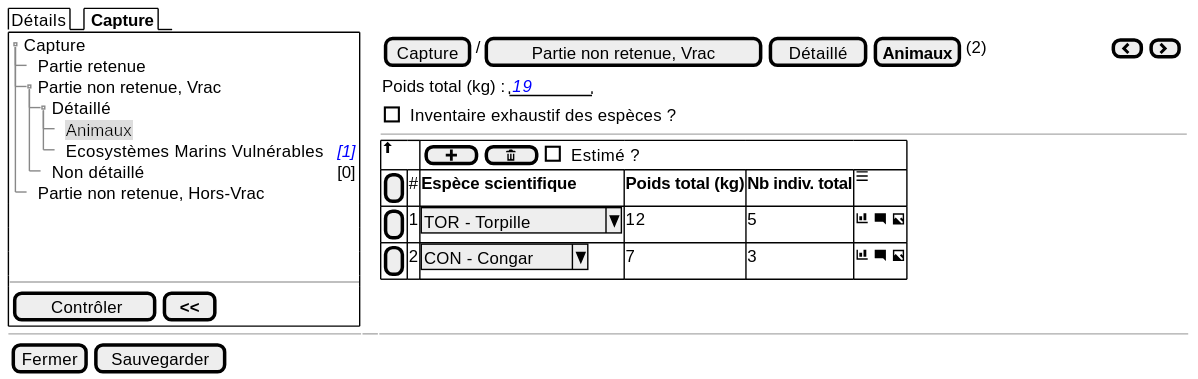
sumaris-net/sumaris-doc keeps this PlantUML diagram as projects/obsmer/spe/images/batch/batch-tree-PNR-VRAC-ANI.svg. Above is the earlier version. Its source is kept beside it as projects/obsmer/spe/images/batch/batch-tree-PNR-VRAC-ANI.puml.
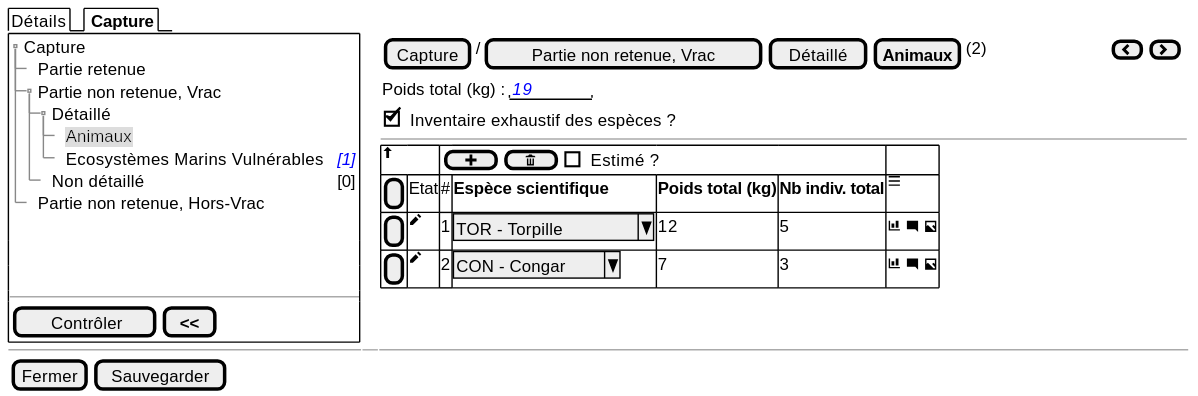
The same file after the commit.

Diff of the diagram source:
```diff
@@ -22,13 +22,13 @@
   } | . | {
     { [Capture] | / | [Partie non retenue, Vrac] | [Détaillé] | [<b>Animaux] | (2) | . | . | . | . | . | . | . | . | . | . | . | . | . | . | . | . | . | { [<&chevron-left>] | [<&chevron-right>] } }
       {Poids total (kg) : | "  <i><color:blue>19   " }
-      { [ ] Inventaire exhaustif des espèces ? }
+      { [X] Inventaire exhaustif des espèces ? }
     ---
     {#
           <&arrow-thick-top> | *  | {[ <&plus> ] | [ <&trash> ] | [ ] Estimé ? } | * | * | *
-          [ ] | # | <b>Espèce scientifique  | <b>Poids total (kg)     |  <b>Nb indiv. total | <&menu>
-          [ ] | 1 | ^TOR - Torpille  ^ |  12   |  5   | <&bar-chart> <&comment-square> <&image>
-          [ ] | 2 | ^CON - Congar ^ |  7   |  3   |   | <&bar-chart> <&comment-square> <&image>
+          [ ] | Etat | # | <b>Espèce scientifique  | <b>Poids total (kg)     |  <b>Nb indiv. total | <&menu>
+          [ ] | <&pencil> | 1 | ^TOR - Torpille  ^ |  12   |  5   | <&bar-chart> <&comment-square> <&image>
+          [ ] | <&pencil> | 2 | ^CON - Congar ^ |  7   |  3   |   | <&bar-chart> <&comment-square> <&image>
         }
   }
 
```
